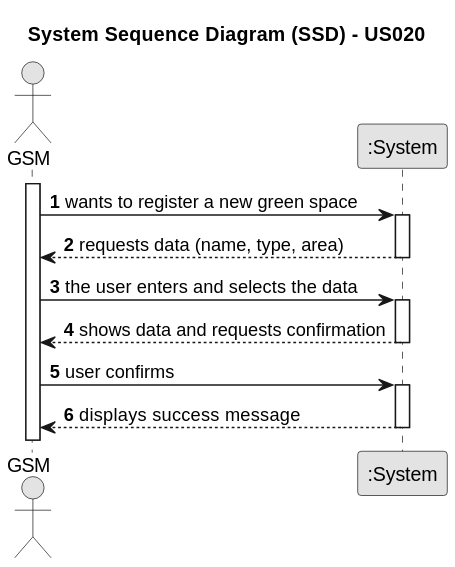
This is docs/sprintC/us020/01.requirements-engineering/svg/us020-system-sequence-diagram-alternative-one.svg from ricardomm7/leaflink, a PlantUML export, as it was before one commit.
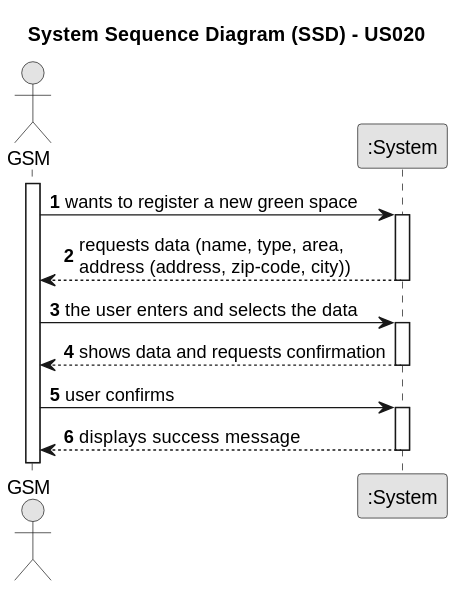
Later version of the same file.

Commit message:
Address variable added when registering a green space. #124

The edit, as a diff of the source:
```diff
@@ -15,7 +15,7 @@
     GSM -> System : wants to register a new green space
     activate System
 
-        System --> GSM : requests data (name, type, area)
+        System --> GSM : requests data (name, type, area, \naddress (address, zip-code, city))
     deactivate System
     GSM -> System : the user enters and selects the data
     activate System
```
